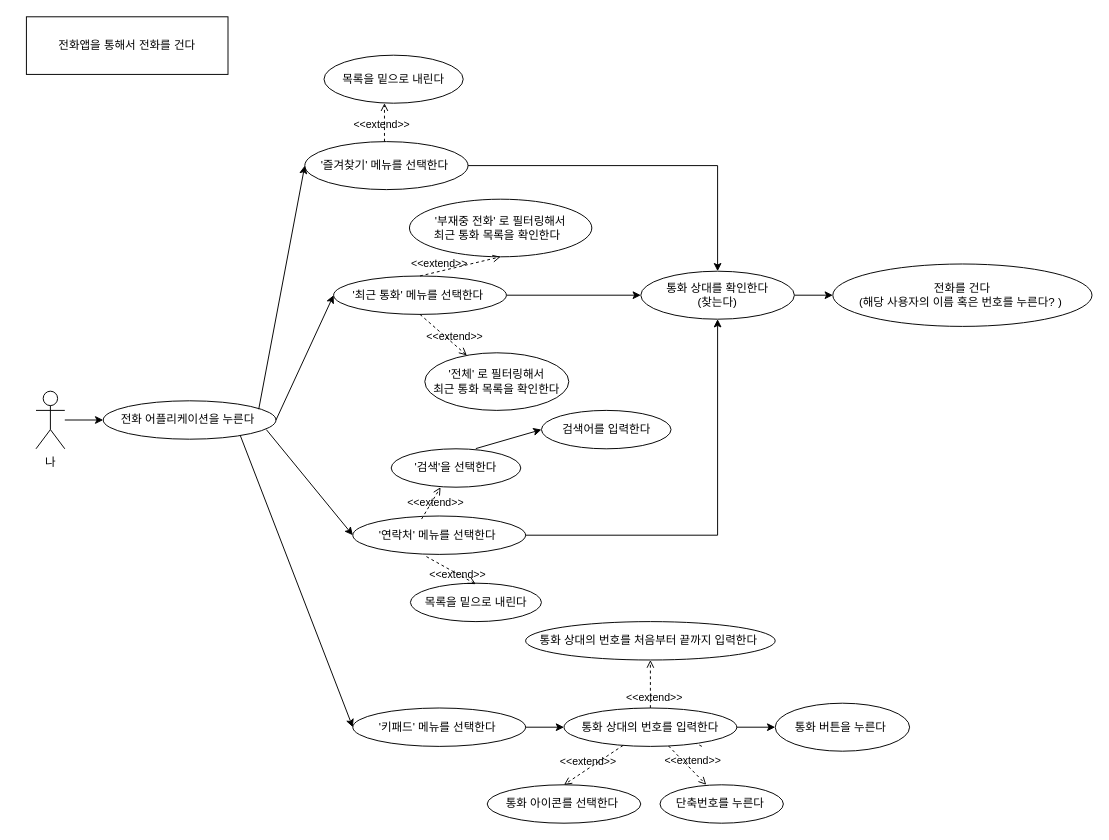
This is usecase_diagram/app.drawio from Jin-bright/diagram_study, a draw.io file, before an edit. Source tidied: cells renumbered, new cells numbered last; positions are measured from the earlier drawing's top-left corner, leaving out a move shared by most shapes. Both pictures are drawn from the tidied source at 96%, with x=0, y=0 at pixel (26, 16).
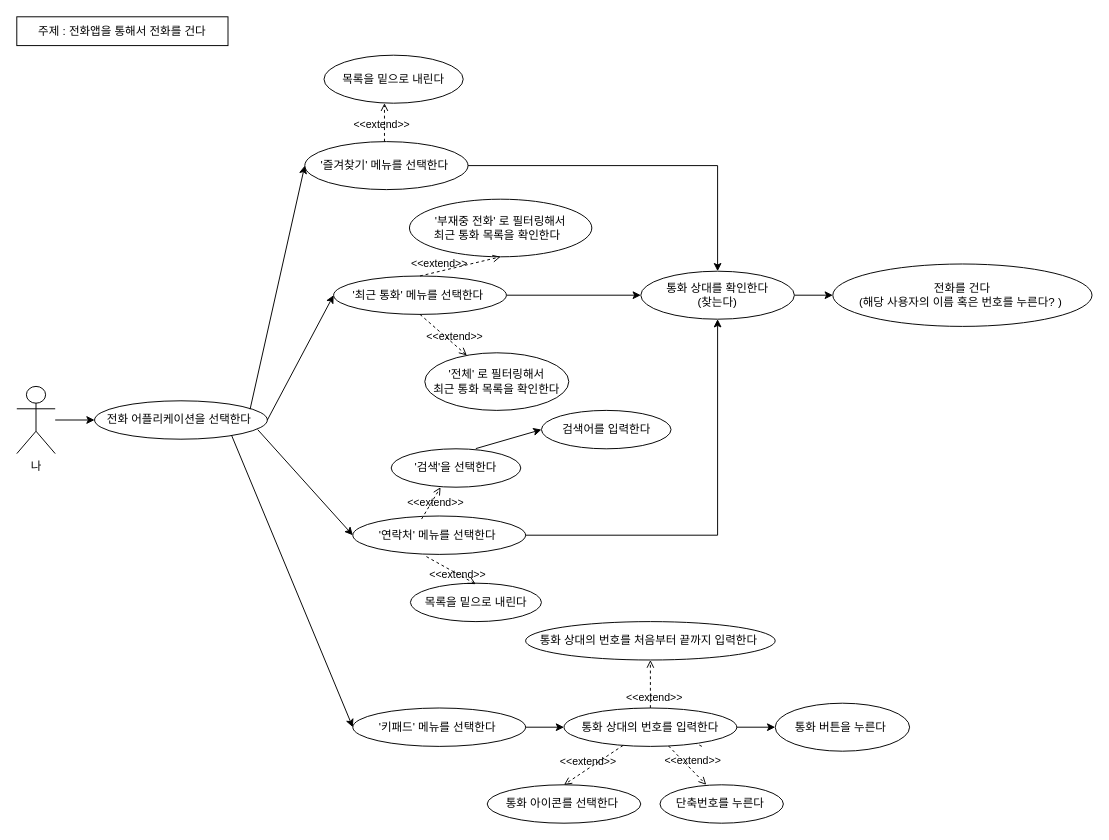
The same diagram, later.

Change to the diagram source:
```diff
@@
-    <mxCell id="2" value="전화앱을 통해서 전화를 건다" style="rounded=0;whiteSpace=wrap;html=1;" parent="1" vertex="1">
-      <mxGeometry width="210" height="60" as="geometry" />
+    <mxCell id="2" value="주제 : 전화앱을 통해서 전화를 건다" style="rounded=0;whiteSpace=wrap;html=1;" parent="1" vertex="1">
+      <mxGeometry x="-10" width="220" height="30" as="geometry" />
     </mxCell>
@@
     <mxCell id="4" value="나" style="shape=umlActor;verticalLabelPosition=bottom;verticalAlign=top;html=1;outlineConnect=0;" parent="1" vertex="1">
-      <mxGeometry x="10" y="390" width="30" height="60" as="geometry" />
+      <mxGeometry x="-10" y="385" width="40" height="70" as="geometry" />
     </mxCell>
-    <mxCell id="5" value="전화 어플리케이션을 누른다&amp;nbsp;" style="ellipse;whiteSpace=wrap;html=1;" parent="1" vertex="1">
-      <mxGeometry x="80" y="400" width="180" height="40" as="geometry" />
+    <mxCell id="5" value="전화 어플리케이션을 선택한다&amp;nbsp;" style="ellipse;whiteSpace=wrap;html=1;" parent="1" vertex="1">
+      <mxGeometry x="71" y="400" width="180" height="40" as="geometry" />
     </mxCell>
```
